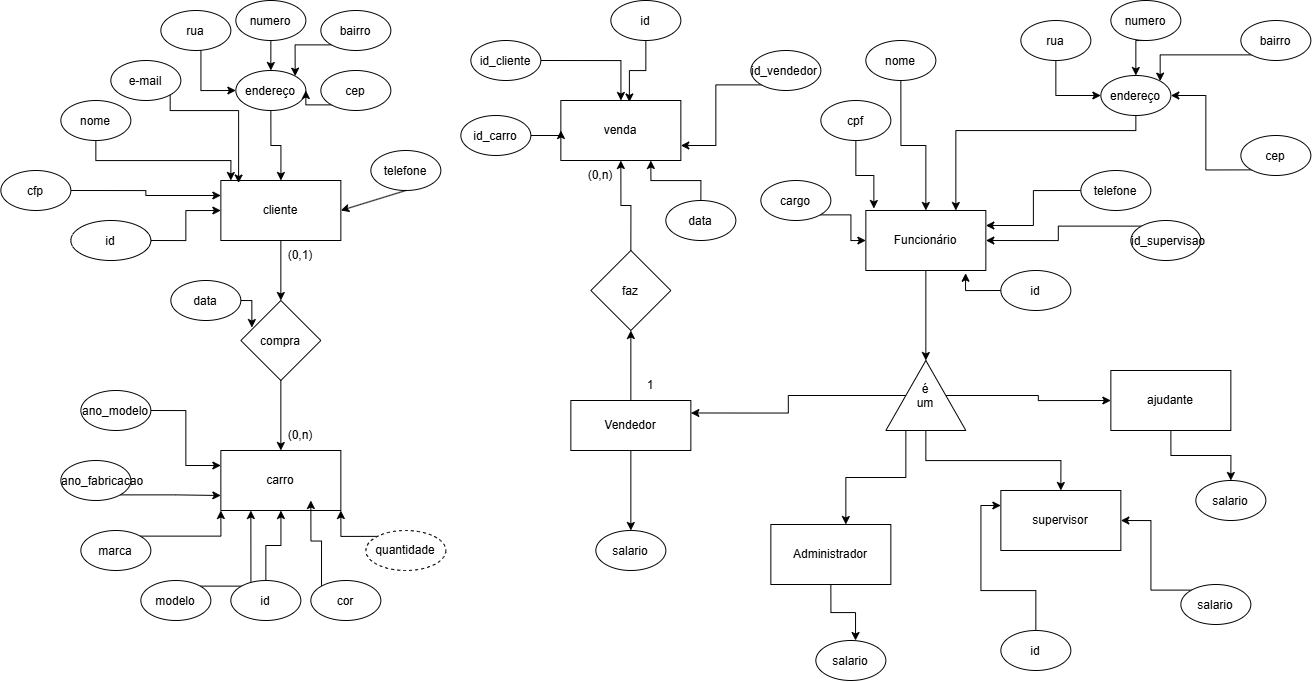
marciasantos7/bancodedados1 keeps this draw.io diagram as concessionaria_carros.drawio.png. Above is the earlier version. Source tidied: cells renumbered, new cells last; positions are measured from the earlier drawing's top-left corner, leaving out a move shared by most shapes.
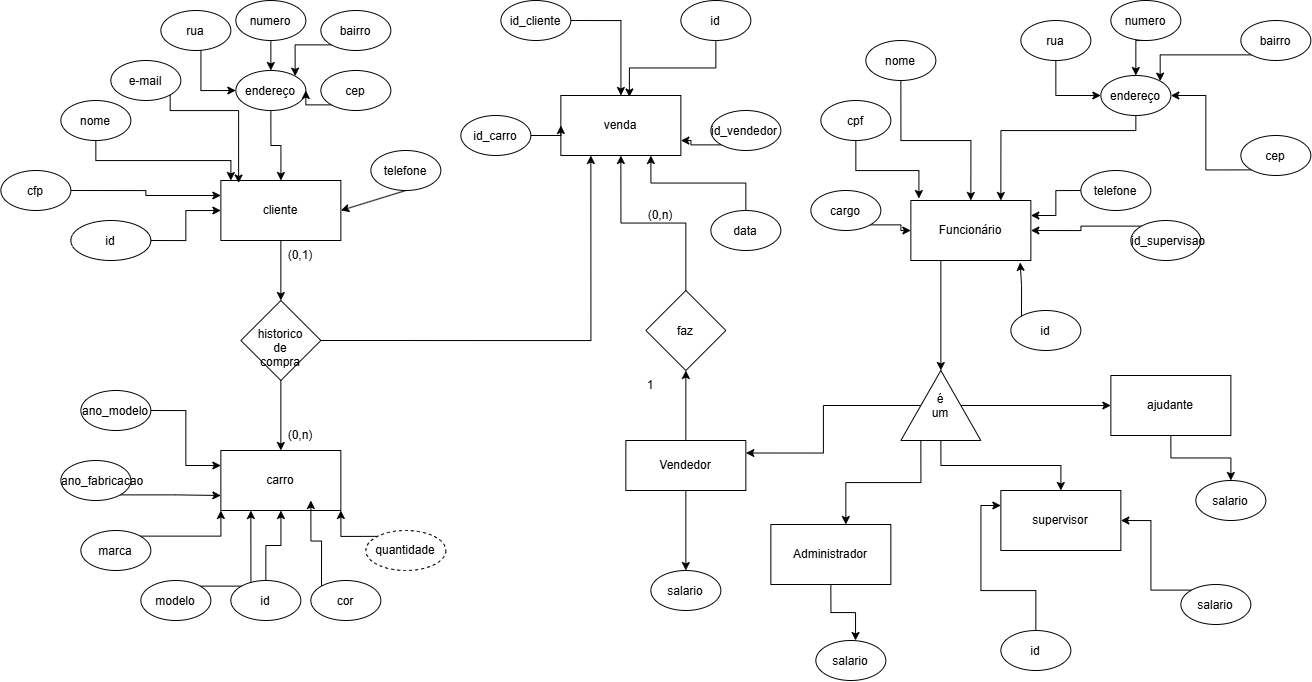
Above is the later version.

Diff of the diagram source:
```diff
@@ -2,11 +2,11 @@
   <root>
     <mxCell id="0" />
     <mxCell id="1" parent="0" />
-    <mxCell id="2" style="edgeStyle=orthogonalEdgeStyle;rounded=0;jettySize=auto;html=1;exitX=0.5;exitY=1;exitDx=0;exitDy=0;entryX=1;entryY=0.5;entryDx=0;entryDy=0;" parent="1" edge="1" source="3" target="49">
+    <mxCell id="2" style="edgeStyle=orthogonalEdgeStyle;rounded=0;jettySize=auto;html=1;exitX=0.25;exitY=1;exitDx=0;exitDy=0;entryX=1;entryY=0.5;entryDx=0;entryDy=0;" parent="1" edge="1" source="3" target="49">
       <mxGeometry relative="1" as="geometry" />
     </mxCell>
     <mxCell id="3" value="Funcionário" style="rounded=0;whiteSpace=wrap;html=1;" parent="1" vertex="1">
-      <mxGeometry x="865" y="210" width="120" height="60" as="geometry" />
+      <mxGeometry x="910" y="200" width="120" height="60" as="geometry" />
     </mxCell>
     <mxCell id="4" style="edgeStyle=orthogonalEdgeStyle;rounded=0;jettySize=auto;html=1;exitX=0.5;exitY=1;exitDx=0;exitDy=0;entryX=0.5;entryY=0;entryDx=0;entryDy=0;" parent="1" edge="1" source="5" target="3">
       <mxGeometry relative="1" as="geometry" />
@@ -45,7 +45,7 @@
       <mxGeometry relative="1" as="geometry">
         <Array as="points">
           <mxPoint x="1135" y="130" />
-          <mxPoint x="955" y="130" />
+          <mxPoint x="1000" y="130" />
         </Array>
       </mxGeometry>
     </mxCell>
@@ -83,27 +83,30 @@
       <mxGeometry x="80" y="390" width="70" height="40" as="geometry" />
     </mxCell>
     <mxCell id="27" value="venda" style="rounded=0;whiteSpace=wrap;html=1;" parent="1" vertex="1">
-      <mxGeometry x="560" y="100" width="120" height="60" as="geometry" />
+      <mxGeometry x="560" y="95" width="120" height="60" as="geometry" />
     </mxCell>
     <mxCell id="28" value="data" style="ellipse;whiteSpace=wrap;html=1;shapeInside=1;" parent="1" vertex="1">
-      <mxGeometry x="665" y="200" width="70" height="40" as="geometry" />
+      <mxGeometry x="710" y="210" width="70" height="40" as="geometry" />
     </mxCell>
     <mxCell id="29" style="edgeStyle=orthogonalEdgeStyle;rounded=0;jettySize=auto;html=1;exitX=0;exitY=1;exitDx=0;exitDy=0;entryX=1;entryY=0.75;entryDx=0;entryDy=0;" parent="1" edge="1" source="30" target="27">
       <mxGeometry relative="1" as="geometry" />
     </mxCell>
     <mxCell id="30" value="id_vendedor&amp;nbsp;" style="ellipse;whiteSpace=wrap;html=1;shapeInside=1;" parent="1" vertex="1">
-      <mxGeometry x="750" y="50" width="70" height="40" as="geometry" />
+      <mxGeometry x="710" y="110" width="70" height="40" as="geometry" />
     </mxCell>
     <mxCell id="31" style="edgeStyle=orthogonalEdgeStyle;rounded=0;jettySize=auto;html=1;exitX=1;exitY=0.5;exitDx=0;exitDy=0;" parent="1" edge="1" source="32" target="27">
       <mxGeometry relative="1" as="geometry" />
     </mxCell>
     <mxCell id="32" value="id_cliente" style="ellipse;whiteSpace=wrap;html=1;shapeInside=1;" parent="1" vertex="1">
-      <mxGeometry x="470" y="40" width="70" height="40" as="geometry" />
+      <mxGeometry x="500" width="70" height="40" as="geometry" />
     </mxCell>
     <mxCell id="33" style="edgeStyle=orthogonalEdgeStyle;rounded=0;jettySize=auto;html=1;" parent="1" edge="1" source="34" target="18">
       <mxGeometry relative="1" as="geometry" />
     </mxCell>
+    <mxCell id="106" style="edgeStyle=orthogonalEdgeStyle;rounded=0;jettySize=auto;html=1;exitX=1;exitY=0.5;exitDx=0;exitDy=0;entryX=0.25;entryY=1;entryDx=0;entryDy=0;" parent="1" edge="1" source="34" target="27">
+      <mxGeometry relative="1" as="geometry" />
+    </mxCell>
-    <mxCell id="34" value="compra" style="rhombus;whiteSpace=wrap;html=1;shapeInside=1;" parent="1" vertex="1">
+    <mxCell id="34" value="historico de compra" style="rhombus;whiteSpace=wrap;html=1;shapeInside=1;" parent="1" vertex="1">
       <mxGeometry x="240" y="300" width="80" height="80" as="geometry" />
     </mxCell>
     <mxCell id="35" style="edgeStyle=orthogonalEdgeStyle;rounded=0;jettySize=auto;html=1;exitX=0.5;exitY=1;exitDx=0;exitDy=0;entryX=0.083;entryY=0;entryDx=0;entryDy=0;entryPerimeter=0;" parent="1" edge="1" source="14" target="12">
@@ -120,12 +123,6 @@
     <mxCell id="37" style="edgeStyle=orthogonalEdgeStyle;rounded=0;jettySize=auto;html=1;exitX=0.5;exitY=0;exitDx=0;exitDy=0;entryX=0.75;entryY=1;entryDx=0;entryDy=0;" parent="1" edge="1" source="28" target="27">
       <mxGeometry relative="1" as="geometry" />
     </mxCell>
-    <mxCell id="38" value="data" style="ellipse;whiteSpace=wrap;html=1;shapeInside=1;" parent="1" vertex="1">
-      <mxGeometry x="170" y="280" width="70" height="40" as="geometry" />
-    </mxCell>
-    <mxCell id="39" style="edgeStyle=orthogonalEdgeStyle;rounded=0;jettySize=auto;html=1;exitX=1;exitY=0.5;exitDx=0;exitDy=0;entryX=0.138;entryY=0.338;entryDx=0;entryDy=0;entryPerimeter=0;" parent="1" edge="1" source="38" target="34">
-      <mxGeometry relative="1" as="geometry" />
-    </mxCell>
     <mxCell id="40" style="edgeStyle=orthogonalEdgeStyle;rounded=0;jettySize=auto;html=1;exitX=0.5;exitY=1;exitDx=0;exitDy=0;entryX=0.5;entryY=0;entryDx=0;entryDy=0;" parent="1" edge="1" source="42" target="55">
       <mxGeometry relative="1" as="geometry" />
     </mxCell>
@@ -133,7 +130,7 @@
       <mxGeometry relative="1" as="geometry" />
     </mxCell>
     <mxCell id="42" value="Vendedor" style="rounded=0;whiteSpace=wrap;html=1;" parent="1" vertex="1">
-      <mxGeometry x="570" y="400" width="120" height="50" as="geometry" />
+      <mxGeometry x="625" y="440" width="120" height="50" as="geometry" />
     </mxCell>
     <mxCell id="43" value="supervisor" style="rounded=0;whiteSpace=wrap;html=1;" parent="1" vertex="1">
       <mxGeometry x="1000" y="490" width="120" height="60" as="geometry" />
@@ -142,7 +139,7 @@
       <mxGeometry relative="1" as="geometry" />
     </mxCell>
     <mxCell id="45" value="ajudante" style="rounded=0;whiteSpace=wrap;html=1;" parent="1" vertex="1">
-      <mxGeometry x="1110" y="370" width="120" height="60" as="geometry" />
+      <mxGeometry x="1110" y="375" width="120" height="60" as="geometry" />
     </mxCell>
     <mxCell id="46" style="edgeStyle=orthogonalEdgeStyle;rounded=0;jettySize=auto;html=1;exitX=0.5;exitY=0;exitDx=0;exitDy=0;entryX=1;entryY=0.25;entryDx=0;entryDy=0;" parent="1" edge="1" source="49" target="42">
       <mxGeometry relative="1" as="geometry" />
@@ -154,13 +151,13 @@
       <mxGeometry relative="1" as="geometry" />
     </mxCell>
     <mxCell id="49" value="é um" style="triangle;whiteSpace=wrap;html=1;shapeInside=1;direction=north;rotation=0;" parent="1" vertex="1">
-      <mxGeometry x="885" y="360" width="80" height="70" as="geometry" />
+      <mxGeometry x="900" y="370" width="80" height="70" as="geometry" />
     </mxCell>
     <mxCell id="50" style="edgeStyle=orthogonalEdgeStyle;rounded=0;jettySize=auto;html=1;exitX=0.5;exitY=0;exitDx=0;exitDy=0;entryX=0.5;entryY=1;entryDx=0;entryDy=0;" parent="1" edge="1" source="51" target="27">
       <mxGeometry relative="1" as="geometry" />
     </mxCell>
     <mxCell id="51" value="faz" style="rhombus;whiteSpace=wrap;html=1;shapeInside=1;" parent="1" vertex="1">
-      <mxGeometry x="590" y="250" width="80" height="80" as="geometry" />
+      <mxGeometry x="645" y="290" width="80" height="80" as="geometry" />
     </mxCell>
     <mxCell id="52" style="edgeStyle=orthogonalEdgeStyle;rounded=0;jettySize=auto;html=1;exitX=0;exitY=0;exitDx=0;exitDy=0;entryX=1;entryY=0.5;entryDx=0;entryDy=0;" parent="1" edge="1" source="53" target="43">
       <mxGeometry relative="1" as="geometry" />
@@ -172,7 +169,7 @@
       <mxGeometry x="1195" y="480" width="70" height="40" as="geometry" />
     </mxCell>
     <mxCell id="55" value="salario" style="ellipse;whiteSpace=wrap;html=1;shapeInside=1;" parent="1" vertex="1">
-      <mxGeometry x="595" y="530" width="70" height="40" as="geometry" />
+      <mxGeometry x="650" y="570" width="70" height="40" as="geometry" />
     </mxCell>
     <mxCell id="56" style="edgeStyle=orthogonalEdgeStyle;rounded=0;jettySize=auto;html=1;exitX=0.5;exitY=1;exitDx=0;exitDy=0;entryX=0.067;entryY=-0.033;entryDx=0;entryDy=0;entryPerimeter=0;" parent="1" edge="1" source="13" target="3">
       <mxGeometry relative="1" as="geometry" />
@@ -191,9 +188,6 @@
     <mxCell id="60" value="(0,1)" style="text;html=1;whiteSpace=wrap;strokeColor=none;fillColor=none;align=center;verticalAlign=middle;rounded=0;" parent="1" vertex="1">
       <mxGeometry x="270" y="240" width="60" height="30" as="geometry" />
     </mxCell>
-    <mxCell id="61" value="(0,n)" style="text;html=1;whiteSpace=wrap;strokeColor=none;fillColor=none;align=center;verticalAlign=middle;rounded=0;" parent="1" vertex="1">
-      <mxGeometry x="570" y="160" width="60" height="30" as="geometry" />
-    </mxCell>
     <mxCell id="62" value="1" style="text;html=1;whiteSpace=wrap;strokeColor=none;fillColor=none;align=center;verticalAlign=middle;rounded=0;" parent="1" vertex="1">
       <mxGeometry x="620" y="370" width="60" height="30" as="geometry" />
     </mxCell>
@@ -213,19 +207,16 @@
       <mxGeometry x="230" y="580" width="70" height="40" as="geometry" />
     </mxCell>
     <mxCell id="68" value="id" style="ellipse;whiteSpace=wrap;html=1;shapeInside=1;" parent="1" vertex="1">
-      <mxGeometry x="1000" y="270" width="70" height="40" as="geometry" />
+      <mxGeometry x="1010" y="310" width="70" height="40" as="geometry" />
     </mxCell>
-    <mxCell id="69" style="edgeStyle=orthogonalEdgeStyle;rounded=0;jettySize=auto;html=1;exitX=0;exitY=0.5;exitDx=0;exitDy=0;entryX=0.831;entryY=1.046;entryDx=0;entryDy=0;entryPerimeter=0;" parent="1" edge="1" source="68" target="3">
-      <mxGeometry relative="1" as="geometry" />
-    </mxCell>
     <mxCell id="70" value="id" style="ellipse;whiteSpace=wrap;html=1;shapeInside=1;" parent="1" vertex="1">
-      <mxGeometry x="610" width="70" height="40" as="geometry" />
+      <mxGeometry x="680" width="70" height="40" as="geometry" />
     </mxCell>
     <mxCell id="71" style="edgeStyle=orthogonalEdgeStyle;rounded=0;jettySize=auto;html=1;exitX=1;exitY=1;exitDx=0;exitDy=0;entryX=0;entryY=0.5;entryDx=0;entryDy=0;" parent="1" edge="1" source="72" target="3">
       <mxGeometry relative="1" as="geometry" />
     </mxCell>
     <mxCell id="72" value="cargo" style="ellipse;whiteSpace=wrap;html=1;shapeInside=1;" parent="1" vertex="1">
-      <mxGeometry x="760" y="180" width="70" height="40" as="geometry" />
+      <mxGeometry x="810" y="190" width="70" height="40" as="geometry" />
     </mxCell>
     <mxCell id="73" style="edgeStyle=orthogonalEdgeStyle;rounded=0;jettySize=auto;html=1;exitX=0.5;exitY=0;exitDx=0;exitDy=0;entryX=0;entryY=0.25;entryDx=0;entryDy=0;" parent="1" edge="1" source="74" target="43">
       <mxGeometry relative="1" as="geometry" />
@@ -338,5 +329,11 @@
     <mxCell id="105" value="salario" style="ellipse;whiteSpace=wrap;html=1;shapeInside=1;" parent="1" vertex="1">
       <mxGeometry x="815" y="640" width="70" height="40" as="geometry" />
     </mxCell>
+    <mxCell id="61" value="(0,n)" style="text;html=1;whiteSpace=wrap;strokeColor=none;fillColor=none;align=center;verticalAlign=middle;rounded=0;" parent="1" vertex="1">
+      <mxGeometry x="630" y="200" width="60" height="30" as="geometry" />
+    </mxCell>
+    <mxCell id="69" style="edgeStyle=orthogonalEdgeStyle;rounded=0;jettySize=auto;html=1;exitX=0;exitY=0;exitDx=0;exitDy=0;entryX=0.911;entryY=1.032;entryDx=0;entryDy=0;entryPerimeter=0;" parent="1" edge="1" source="68" target="3">
+      <mxGeometry relative="1" as="geometry" />
+    </mxCell>
   </root>
 </mxGraphModel>
```
